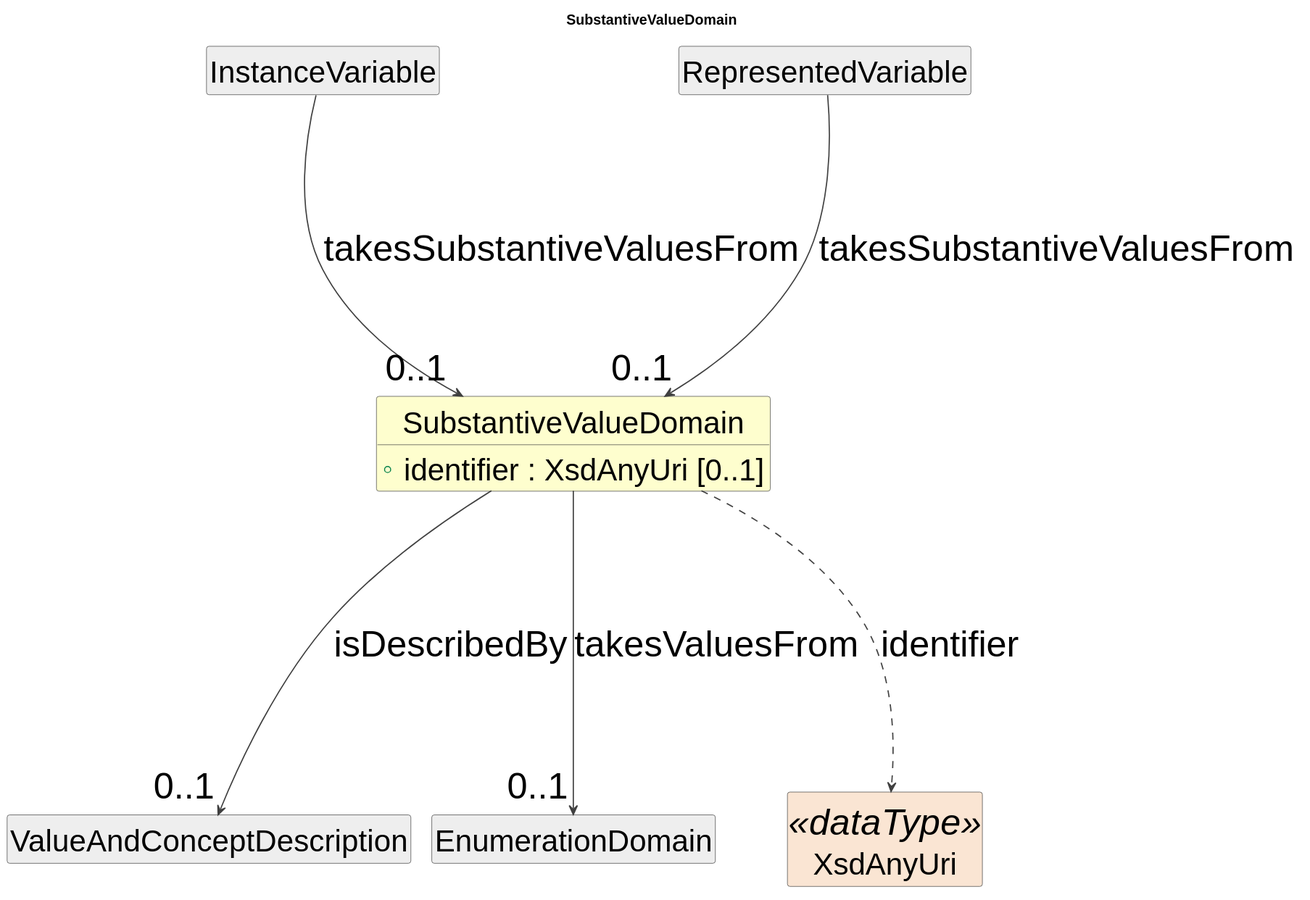
This is cdif-uml-model/_plantuml/discoveryDataDescriptionStructure/Classes/SubstantiveValueDomain.svg from Cross-Domain-Interoperability-Framework/metadataBuildingBlocks, a PlantUML export, as it was before one commit.
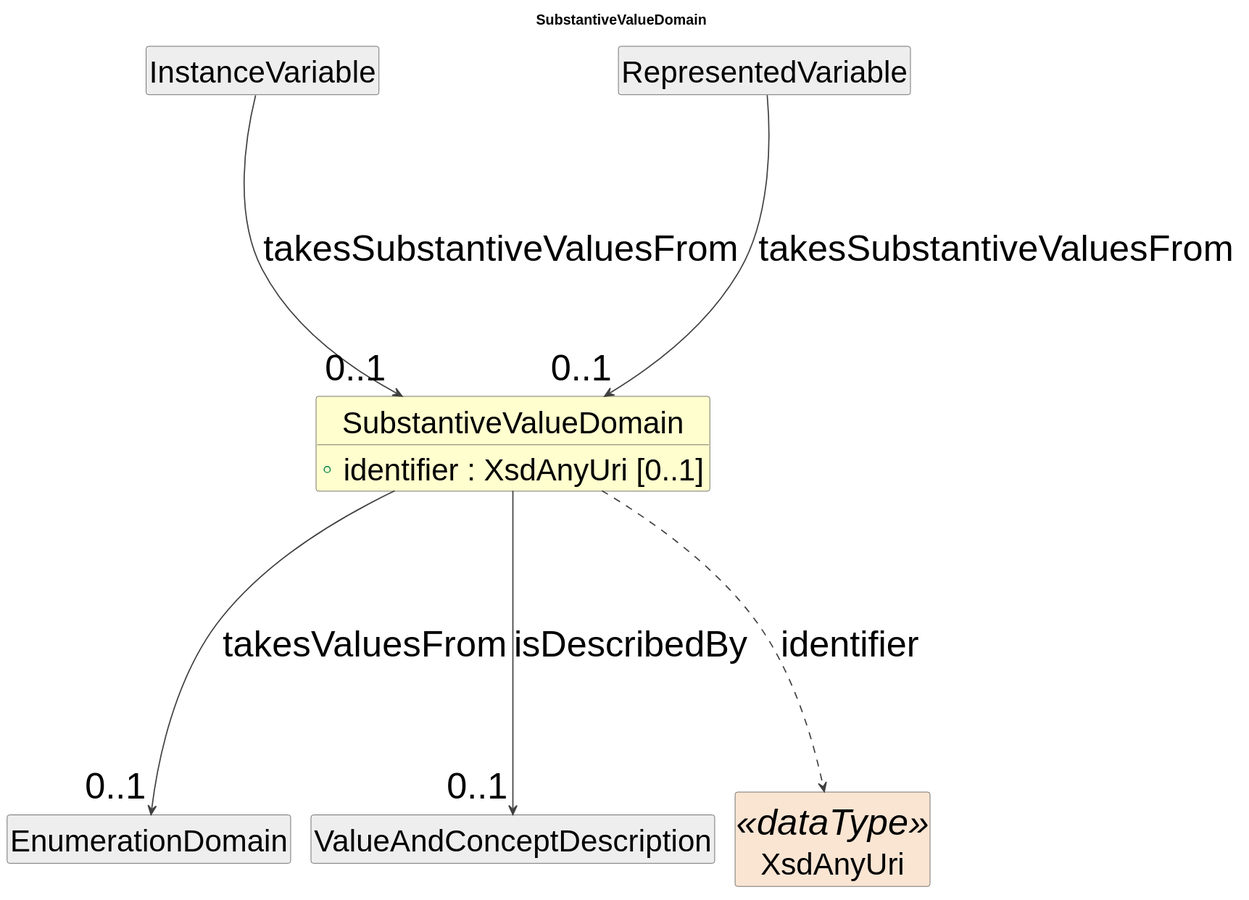
Later version of the same file.

Diff of the diagram source:
```diff
@@ -19,10 +19,10 @@
 }
 class "InstanceVariable" as InstanceVariable #EEEEEE
 InstanceVariable --> "0..1" SubstantiveValueDomain : takesSubstantiveValuesFrom
+class "EnumerationDomain" as EnumerationDomain #EEEEEE
+SubstantiveValueDomain --> "0..1" EnumerationDomain : takesValuesFrom
 class "ValueAndConceptDescription" as ValueAndConceptDescription #EEEEEE
 SubstantiveValueDomain --> "0..1" ValueAndConceptDescription : isDescribedBy
-class "EnumerationDomain" as EnumerationDomain #EEEEEE
-SubstantiveValueDomain --> "0..1" EnumerationDomain : takesValuesFrom
 class "RepresentedVariable" as RepresentedVariable #EEEEEE
 RepresentedVariable --> "0..1" SubstantiveValueDomain : takesSubstantiveValuesFrom
 class "XsdAnyUri" as XsdAnyUri <<dataType>> #FAE5D3
```
